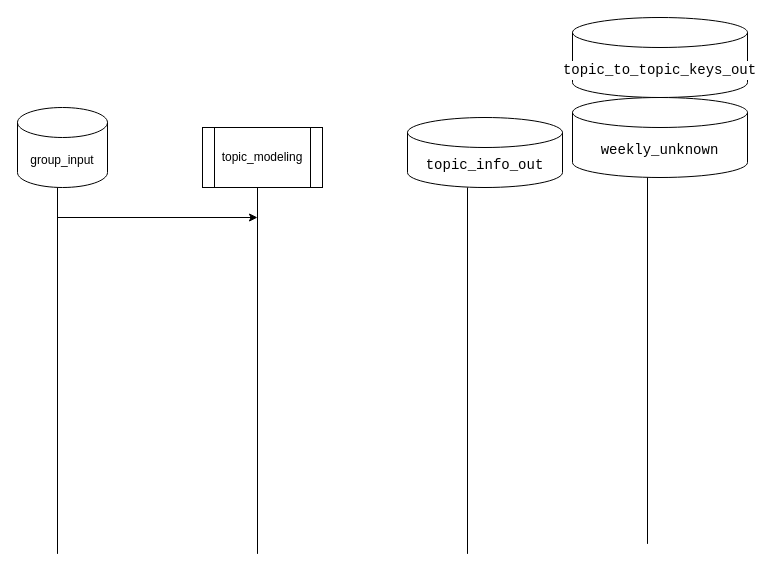
Earlier version of the draw.io diagram questtions Diagram.drawio (hasann716/gdp-dashboard). Source tidied: cells renumbered, new cells numbered last; positions are measured from the earlier drawing's top-left corner, leaving out a move shared by most shapes. Both pictures are drawn from the tidied source at 100%, with x=0, y=0 at pixel (17, 17).
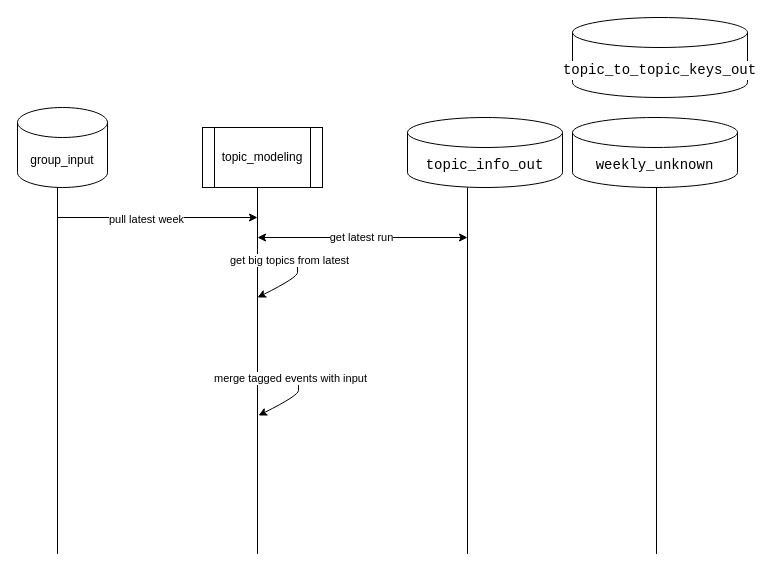
The same diagram, later.

Unchanged cells that the change refers to:
```xml
<mxCell id="11" style="endArrow=classic;html=1;rounded=0;" parent="1" edge="1">
  <mxGeometry relative="1" as="geometry">
    <mxPoint x="40" y="200" as="sourcePoint" />
    <mxPoint x="240" y="200" as="targetPoint" />
  </mxGeometry>
</mxCell>
```

Diff of the diagram source:
```diff
@@
     <mxCell id="5" value="&lt;div style=&quot;background-color: rgb(255, 255, 255); font-family: Consolas, &amp;quot;Courier New&amp;quot;, monospace; font-size: 14px; line-height: 19px; white-space: pre;&quot;&gt;&lt;div style=&quot;line-height: 19px;&quot;&gt;&lt;div style=&quot;line-height: 19px;&quot;&gt;weekly_unknown&lt;/div&gt;&lt;/div&gt;&lt;/div&gt;" style="shape=cylinder3;whiteSpace=wrap;html=1;boundedLbl=1;backgroundOutline=1;size=15;" parent="1" vertex="1">
-      <mxGeometry x="555" y="80" width="175" height="80" as="geometry" />
+      <mxGeometry x="555" y="100" width="165" height="70" as="geometry" />
     </mxCell>
@@
     <mxCell id="10" style="endArrow=none;html=1;rounded=0;" parent="1" edge="1">
       <mxGeometry relative="1" as="geometry">
-        <mxPoint x="630" y="526.4" as="sourcePoint" />
-        <mxPoint x="630" y="160" as="targetPoint" />
+        <mxPoint x="639" y="536.4" as="sourcePoint" />
+        <mxPoint x="639" y="170" as="targetPoint" />
       </mxGeometry>
     </mxCell>
@@
+    <mxCell id="12" value="pull latest week" style="edgeLabel;html=1;align=center;verticalAlign=middle;" parent="11" vertex="1">
+      <mxGeometry x="-0.12" y="-1" relative="1" as="geometry" />
+    </mxCell>
+    <mxCell id="13" style="endArrow=classic;html=1;rounded=0;startArrow=classic;startFill=1;" parent="1" edge="1">
+      <mxGeometry relative="1" as="geometry">
+        <mxPoint x="240" y="220" as="sourcePoint" />
+        <mxPoint x="450" y="220" as="targetPoint" />
+      </mxGeometry>
+    </mxCell>
+    <mxCell id="14" value="get latest run" style="edgeLabel;html=1;align=center;verticalAlign=middle;" parent="13" vertex="1">
+      <mxGeometry x="-0.02" y="1" relative="1" as="geometry" />
+    </mxCell>
+    <mxCell id="15" style="curved=1;endArrow=classic;html=1;rounded=0;" parent="1" edge="1">
+      <mxGeometry relative="1" as="geometry">
+        <mxPoint x="240" y="240" as="sourcePoint" />
+        <mxPoint x="240" y="280" as="targetPoint" />
+        <Array as="points">
+          <mxPoint x="280" y="240" />
+          <mxPoint x="280" y="250" />
+          <mxPoint x="280" y="260" />
+        </Array>
+      </mxGeometry>
+    </mxCell>
+    <mxCell id="16" value="get big topics from latest" style="edgeLabel;html=1;align=center;verticalAlign=middle;" parent="15" vertex="1">
+      <mxGeometry x="-0.41" y="-2" relative="1" as="geometry" />
+    </mxCell>
+    <mxCell id="17" style="curved=1;endArrow=classic;html=1;rounded=0;" parent="1" edge="1">
+      <mxGeometry relative="1" as="geometry">
+        <mxPoint x="241" y="358" as="sourcePoint" />
+        <mxPoint x="241" y="398" as="targetPoint" />
+        <Array as="points">
+          <mxPoint x="281" y="358" />
+          <mxPoint x="281" y="368" />
+          <mxPoint x="281" y="378" />
+        </Array>
+      </mxGeometry>
+    </mxCell>
+    <mxCell id="18" value="merge tagged events with input" style="edgeLabel;html=1;align=center;verticalAlign=middle;" parent="17" vertex="1">
+      <mxGeometry x="-0.41" y="-2" relative="1" as="geometry" />
+    </mxCell>
```
